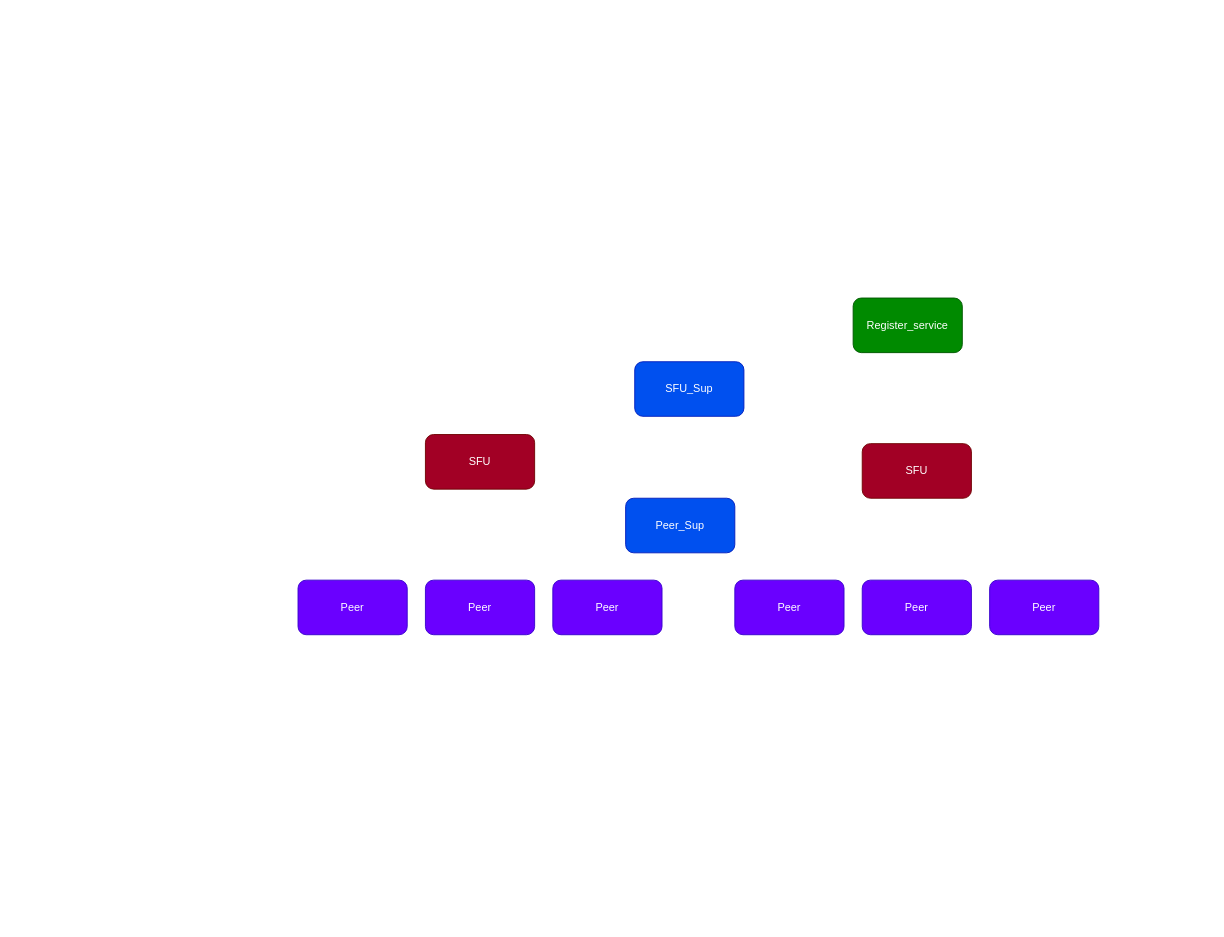
Oituz/Signalling keeps this draw.io diagram as oituz/src/architecture.drawio. Above is the earlier version. Source tidied: cells renumbered, new cells numbered last; positions are measured from the earlier drawing's top-left corner, leaving out a move shared by most shapes. Both pictures are drawn from the tidied source at 91%, with x=0, y=0 at pixel (298, 298).
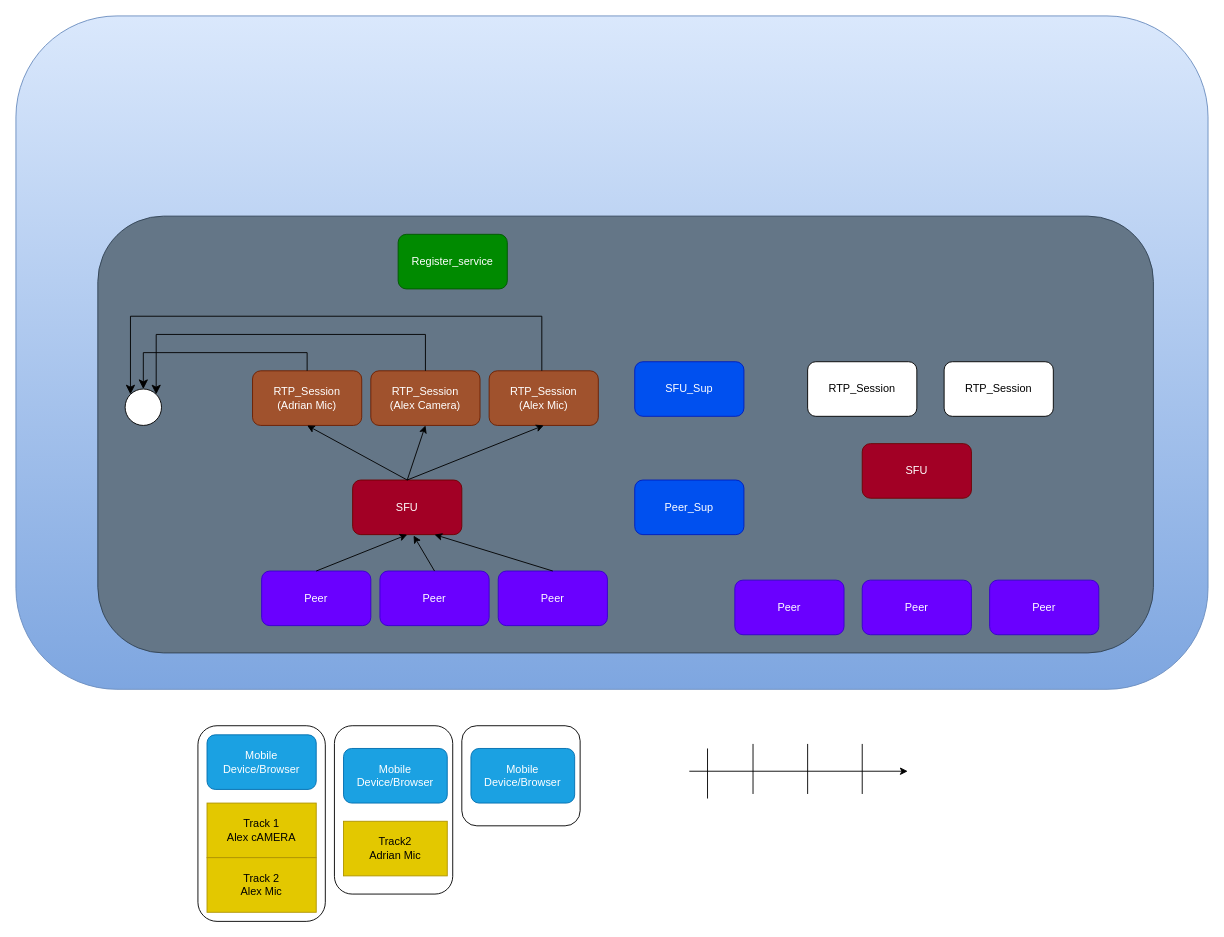
Above is the later version.

What changed in the source:
```diff
@@
+    <mxCell id="13" style="rounded=1;whiteSpace=wrap;html=1;fillColor=#dae8fc;strokeColor=#6c8ebf;gradientColor=#7ea6e0;" parent="1" vertex="1">
+      <mxGeometry x="-310" y="-310" width="1310" height="740" as="geometry" />
+    </mxCell>
+    <mxCell id="14" style="rounded=1;whiteSpace=wrap;html=1;" parent="1" vertex="1">
+      <mxGeometry x="-110" y="470" width="140" height="215" as="geometry" />
+    </mxCell>
+    <mxCell id="15" style="rounded=1;whiteSpace=wrap;html=1;fillColor=#647687;strokeColor=#314354;fontColor=#ffffff;" parent="1" vertex="1">
+      <mxGeometry x="-220" y="-90" width="1160" height="480" as="geometry" />
+    </mxCell>
     <mxCell id="2" value="SFU" style="rounded=1;whiteSpace=wrap;html=1;fillColor=#a20025;fontColor=#ffffff;strokeColor=#6F0000;" parent="1" vertex="1">
-      <mxGeometry x="140" y="150" width="120" height="60" as="geometry" />
+      <mxGeometry x="60" y="200" width="120" height="60" as="geometry" />
     </mxCell>
     <mxCell id="3" value="Peer" style="rounded=1;whiteSpace=wrap;html=1;fillColor=#6a00ff;fontColor=#ffffff;strokeColor=#3700CC;" parent="1" vertex="1">
-      <mxGeometry y="310" width="120" height="60" as="geometry" />
+      <mxGeometry x="-40" y="300" width="120" height="60" as="geometry" />
     </mxCell>
     <mxCell id="4" value="Peer" style="rounded=1;whiteSpace=wrap;html=1;fillColor=#6a00ff;fontColor=#ffffff;strokeColor=#3700CC;" parent="1" vertex="1">
-      <mxGeometry x="140" y="310" width="120" height="60" as="geometry" />
+      <mxGeometry x="90" y="300" width="120" height="60" as="geometry" />
     </mxCell>
     <mxCell id="5" value="Peer" style="rounded=1;whiteSpace=wrap;html=1;fillColor=#6a00ff;fontColor=#ffffff;strokeColor=#3700CC;" parent="1" vertex="1">
-      <mxGeometry x="280" y="310" width="120" height="60" as="geometry" />
+      <mxGeometry x="220" y="300" width="120" height="60" as="geometry" />
     </mxCell>
@@
     <mxCell id="10" value="Register_service" style="rounded=1;whiteSpace=wrap;html=1;fillColor=#008a00;fontColor=#ffffff;strokeColor=#005700;" parent="1" vertex="1">
-      <mxGeometry x="610" width="120" height="60" as="geometry" />
+      <mxGeometry x="110" y="-70" width="120" height="60" as="geometry" />
     </mxCell>
@@
     <mxCell id="12" value="Peer_Sup" style="rounded=1;whiteSpace=wrap;html=1;fillColor=#0050ef;fontColor=#ffffff;strokeColor=#001DBC;" parent="1" vertex="1">
-      <mxGeometry x="360" y="220" width="120" height="60" as="geometry" />
+      <mxGeometry x="370" y="200" width="120" height="60" as="geometry" />
     </mxCell>
+    <mxCell id="16" value="Mobile Device/Browser" style="rounded=1;whiteSpace=wrap;html=1;fillColor=#1ba1e2;fontColor=#ffffff;strokeColor=#006EAF;" parent="1" vertex="1">
+      <mxGeometry x="-100" y="480" width="120" height="60" as="geometry" />
+    </mxCell>
+    <mxCell id="17" style="endArrow=classic;html=1;exitX=0.5;exitY=0;exitDx=0;exitDy=0;entryX=0.5;entryY=1;entryDx=0;entryDy=0;" parent="1" edge="1" source="3" target="2">
+      <mxGeometry relative="1" as="geometry" />
+    </mxCell>
+    <mxCell id="18" value="RTP_Session&lt;br&gt;(Adrian Mic)" style="rounded=1;whiteSpace=wrap;html=1;fillColor=#a0522d;fontColor=#ffffff;strokeColor=#6D1F00;" parent="1" vertex="1">
+      <mxGeometry x="-50" y="80" width="120" height="60" as="geometry" />
+    </mxCell>
+    <mxCell id="19" value="RTP_Session&lt;br&gt;(Alex Mic)" style="rounded=1;whiteSpace=wrap;html=1;fillColor=#a0522d;fontColor=#ffffff;strokeColor=#6D1F00;" parent="1" vertex="1">
+      <mxGeometry x="210" y="80" width="120" height="60" as="geometry" />
+    </mxCell>
+    <mxCell id="20" style="endArrow=classic;html=1;exitX=0.5;exitY=0;exitDx=0;exitDy=0;entryX=0.5;entryY=1;entryDx=0;entryDy=0;" parent="1" edge="1" source="2" target="18">
+      <mxGeometry relative="1" as="geometry" />
+    </mxCell>
+    <mxCell id="21" value="RTP_Session&lt;br&gt;(Alex Camera)" style="rounded=1;whiteSpace=wrap;html=1;fillColor=#a0522d;fontColor=#ffffff;strokeColor=#6D1F00;" parent="1" vertex="1">
+      <mxGeometry x="80" y="80" width="120" height="60" as="geometry" />
+    </mxCell>
+    <mxCell id="22" value="RTP_Session" style="rounded=1;whiteSpace=wrap;html=1;" parent="1" vertex="1">
+      <mxGeometry x="560" y="70" width="120" height="60" as="geometry" />
+    </mxCell>
+    <mxCell id="23" value="RTP_Session" style="rounded=1;whiteSpace=wrap;html=1;" parent="1" vertex="1">
+      <mxGeometry x="710" y="70" width="120" height="60" as="geometry" />
+    </mxCell>
+    <mxCell id="24" value="Track 1&lt;br&gt;Alex cAMERA" style="rounded=0;whiteSpace=wrap;html=1;fillColor=#e3c800;fontColor=#000000;strokeColor=#B09500;" parent="1" vertex="1">
+      <mxGeometry x="-100" y="555" width="120" height="60" as="geometry" />
+    </mxCell>
+    <mxCell id="25" value="Track 2&lt;br&gt;Alex Mic" style="rounded=0;whiteSpace=wrap;html=1;fillColor=#e3c800;fontColor=#000000;strokeColor=#B09500;" parent="1" vertex="1">
+      <mxGeometry x="-100" y="615" width="120" height="60" as="geometry" />
+    </mxCell>
+    <mxCell id="26" style="rounded=1;whiteSpace=wrap;html=1;" parent="1" vertex="1">
+      <mxGeometry x="40" y="470" width="130" height="185" as="geometry" />
+    </mxCell>
+    <mxCell id="27" value="Mobile Device/Browser" style="rounded=1;whiteSpace=wrap;html=1;fillColor=#1ba1e2;fontColor=#ffffff;strokeColor=#006EAF;" parent="1" vertex="1">
+      <mxGeometry x="50" y="495" width="114" height="60" as="geometry" />
+    </mxCell>
+    <mxCell id="28" value="Track2&lt;br&gt;Adrian Mic" style="rounded=0;whiteSpace=wrap;html=1;fillColor=#e3c800;fontColor=#000000;strokeColor=#B09500;" parent="1" vertex="1">
+      <mxGeometry x="50" y="575" width="114" height="60" as="geometry" />
+    </mxCell>
+    <mxCell id="29" style="endArrow=classic;html=1;exitX=0.5;exitY=0;exitDx=0;exitDy=0;entryX=0.558;entryY=1.017;entryDx=0;entryDy=0;entryPerimeter=0;" parent="1" edge="1" source="4" target="2">
+      <mxGeometry relative="1" as="geometry" />
+    </mxCell>
+    <mxCell id="30" style="endArrow=classic;html=1;exitX=0.5;exitY=0;exitDx=0;exitDy=0;entryX=0.75;entryY=1;entryDx=0;entryDy=0;" parent="1" edge="1" source="5" target="2">
+      <mxGeometry relative="1" as="geometry" />
+    </mxCell>
+    <mxCell id="31" style="rounded=1;whiteSpace=wrap;html=1;" parent="1" vertex="1">
+      <mxGeometry x="180" y="470" width="130" height="110" as="geometry" />
+    </mxCell>
+    <mxCell id="32" value="Mobile Device/Browser" style="rounded=1;whiteSpace=wrap;html=1;fillColor=#1ba1e2;fontColor=#ffffff;strokeColor=#006EAF;" parent="1" vertex="1">
+      <mxGeometry x="190" y="495" width="114" height="60" as="geometry" />
+    </mxCell>
+    <mxCell id="33" style="endArrow=classic;html=1;entryX=0.5;entryY=1;entryDx=0;entryDy=0;" parent="1" edge="1" target="21">
+      <mxGeometry relative="1" as="geometry">
+        <mxPoint x="120" y="200" as="sourcePoint" />
+      </mxGeometry>
+    </mxCell>
+    <mxCell id="34" style="endArrow=classic;html=1;entryX=0.5;entryY=1;entryDx=0;entryDy=0;exitX=0.5;exitY=0;exitDx=0;exitDy=0;" parent="1" edge="1" source="2" target="19">
+      <mxGeometry relative="1" as="geometry" />
+    </mxCell>
+    <mxCell id="35" style="ellipse;whiteSpace=wrap;html=1;" parent="1" vertex="1">
+      <mxGeometry x="-190" y="100" width="40" height="40" as="geometry" />
+    </mxCell>
+    <mxCell id="36" style="edgeStyle=elbowEdgeStyle;elbow=vertical;endArrow=classic;html=1;curved=0;rounded=0;endSize=8;startSize=8;exitX=0.5;exitY=0;exitDx=0;exitDy=0;entryX=0.5;entryY=0;entryDx=0;entryDy=0;" parent="1" edge="1" source="18" target="35">
+      <mxGeometry relative="1" as="geometry">
+        <Array as="points">
+          <mxPoint x="-80" y="60" />
+        </Array>
+      </mxGeometry>
+    </mxCell>
+    <mxCell id="37" style="edgeStyle=elbowEdgeStyle;elbow=vertical;endArrow=classic;html=1;curved=0;rounded=0;endSize=8;startSize=8;exitX=0.5;exitY=0;exitDx=0;exitDy=0;entryX=1;entryY=0;entryDx=0;entryDy=0;" parent="1" edge="1" source="21" target="35">
+      <mxGeometry relative="1" as="geometry">
+        <Array as="points">
+          <mxPoint x="-90" y="40" />
+        </Array>
+      </mxGeometry>
+    </mxCell>
+    <mxCell id="38" style="edgeStyle=elbowEdgeStyle;elbow=vertical;endArrow=classic;html=1;curved=0;rounded=0;endSize=8;startSize=8;exitX=0.5;exitY=0;exitDx=0;exitDy=0;entryX=0;entryY=0;entryDx=0;entryDy=0;" parent="1" edge="1" target="35">
+      <mxGeometry relative="1" as="geometry">
+        <mxPoint x="267.9" y="80" as="sourcePoint" />
+        <Array as="points">
+          <mxPoint x="120" y="20" />
+        </Array>
+      </mxGeometry>
+    </mxCell>
+    <mxCell id="39" style="endArrow=classic;html=1;" parent="1" edge="1">
+      <mxGeometry relative="1" as="geometry">
+        <mxPoint x="430" y="520" as="sourcePoint" />
+        <mxPoint x="670" y="520" as="targetPoint" />
+      </mxGeometry>
+    </mxCell>
+    <mxCell id="40" style="endArrow=none;html=1;" parent="1" edge="1">
+      <mxGeometry relative="1" as="geometry">
+        <mxPoint x="450" y="550" as="sourcePoint" />
+        <mxPoint x="450" y="495" as="targetPoint" />
+      </mxGeometry>
+    </mxCell>
+    <mxCell id="41" style="endArrow=none;html=1;" parent="1" edge="1">
+      <mxGeometry relative="1" as="geometry">
+        <mxPoint x="500" y="545" as="sourcePoint" />
+        <mxPoint x="500" y="490" as="targetPoint" />
+      </mxGeometry>
+    </mxCell>
+    <mxCell id="42" style="endArrow=none;html=1;" parent="1" edge="1">
+      <mxGeometry relative="1" as="geometry">
+        <mxPoint x="560" y="545" as="sourcePoint" />
+        <mxPoint x="560" y="490" as="targetPoint" />
+      </mxGeometry>
+    </mxCell>
+    <mxCell id="43" style="endArrow=none;html=1;" parent="1" edge="1">
+      <mxGeometry relative="1" as="geometry">
+        <mxPoint x="620" y="545" as="sourcePoint" />
+        <mxPoint x="620" y="490" as="targetPoint" />
+      </mxGeometry>
+    </mxCell>
```
